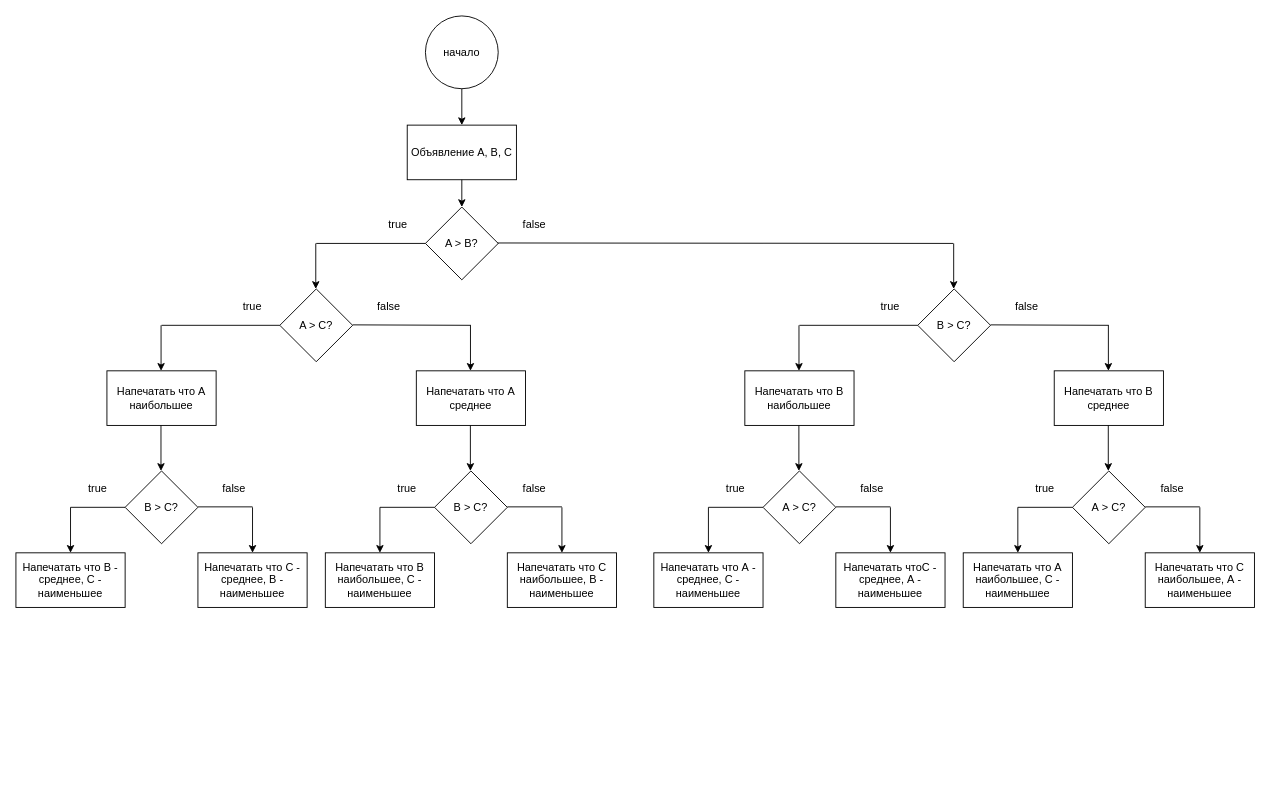
Above: Untitled Diagram.drawio in DmitriyYugai/job4j_elementary (draw.io), before the change. Source tidied: cells renumbered, new cells numbered last; positions are measured from the earlier drawing's top-left corner, leaving out a move shared by most shapes. Both pictures are drawn from the tidied source at 91%, with x=0, y=0 at pixel (15, 15).
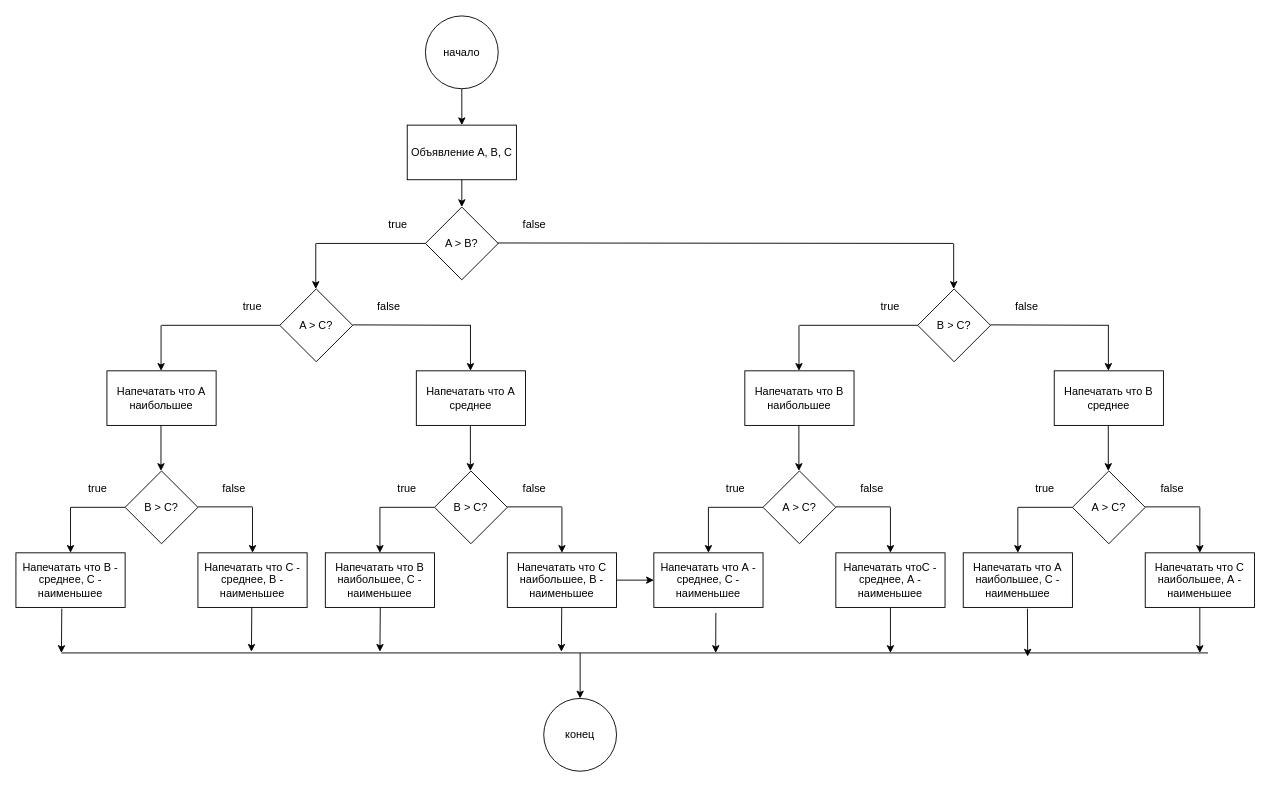
Above is the later version.

The change refers to these unchanged cells:
```xml
<mxCell id="16" value="Напечатать что B - среднее, С - наименьшее" style="rounded=0;whiteSpace=wrap;html=1;" parent="1" vertex="1">
  <mxGeometry y="590" width="120" height="60" as="geometry" />
</mxCell>
<mxCell id="36" value="Напечатать что С наибольшее, В - наименьшее" style="rounded=0;whiteSpace=wrap;html=1;" parent="1" vertex="1">
  <mxGeometry x="540" y="590" width="120" height="60" as="geometry" />
</mxCell>
<mxCell id="42" value="Напечатать что А - среднее, С - наименьшее" style="rounded=0;whiteSpace=wrap;html=1;" parent="1" vertex="1">
  <mxGeometry x="701" y="590" width="120" height="60" as="geometry" />
</mxCell>
<mxCell id="53" value="Напечатать чтоС - среднее, А - наименьшее" style="rounded=0;whiteSpace=wrap;html=1;" parent="1" vertex="1">
  <mxGeometry x="901" y="590" width="120" height="60" as="geometry" />
</mxCell>
<mxCell id="54" value="Напечатать что А наибольшее, С - наименьшее" style="rounded=0;whiteSpace=wrap;html=1;" parent="1" vertex="1">
  <mxGeometry x="1041" y="590" width="120" height="60" as="geometry" />
</mxCell>
<mxCell id="61" value="Напечатать что С наибольшее, А - наименьшее" style="rounded=0;whiteSpace=wrap;html=1;" parent="1" vertex="1">
  <mxGeometry x="1241" y="590" width="120" height="60" as="geometry" />
</mxCell>
```

What changed in the source:
```diff
@@
+    <mxCell id="71" style="edgeStyle=orthogonalEdgeStyle;rounded=0;jettySize=auto;html=1;" parent="1" edge="1" source="36" target="42">
+      <mxGeometry relative="1" as="geometry" />
+    </mxCell>
@@
+    <mxCell id="72" style="endArrow=none;html=1;" parent="1" edge="1">
+      <mxGeometry relative="1" as="geometry">
+        <mxPoint x="50" y="700" as="sourcePoint" />
+        <mxPoint x="1310" y="700" as="targetPoint" />
+      </mxGeometry>
+    </mxCell>
+    <mxCell id="73" style="endArrow=classic;html=1;exitX=0.568;exitY=1.1;exitDx=0;exitDy=0;exitPerimeter=0;" parent="1" edge="1" source="42">
+      <mxGeometry relative="1" as="geometry">
+        <mxPoint x="769" y="700" as="targetPoint" />
+      </mxGeometry>
+    </mxCell>
+    <mxCell id="74" style="endArrow=classic;html=1;exitX=0.42;exitY=1.022;exitDx=0;exitDy=0;exitPerimeter=0;" parent="1" edge="1" source="16">
+      <mxGeometry relative="1" as="geometry">
+        <mxPoint x="50" y="700" as="targetPoint" />
+      </mxGeometry>
+    </mxCell>
+    <mxCell id="75" style="endArrow=classic;html=1;exitX=0.42;exitY=1.022;exitDx=0;exitDy=0;exitPerimeter=0;" parent="1" edge="1">
+      <mxGeometry relative="1" as="geometry">
+        <mxPoint x="259.2" y="650" as="sourcePoint" />
+        <mxPoint x="258.8" y="698.7" as="targetPoint" />
+      </mxGeometry>
+    </mxCell>
+    <mxCell id="76" style="endArrow=classic;html=1;exitX=0.42;exitY=1.022;exitDx=0;exitDy=0;exitPerimeter=0;" parent="1" edge="1">
+      <mxGeometry relative="1" as="geometry">
+        <mxPoint x="400.4" y="650" as="sourcePoint" />
+        <mxPoint x="400" y="698.7" as="targetPoint" />
+      </mxGeometry>
+    </mxCell>
+    <mxCell id="77" style="endArrow=classic;html=1;exitX=0.42;exitY=1.022;exitDx=0;exitDy=0;exitPerimeter=0;" parent="1" edge="1">
+      <mxGeometry relative="1" as="geometry">
+        <mxPoint x="599.8" y="650" as="sourcePoint" />
+        <mxPoint x="599.4" y="698.7" as="targetPoint" />
+      </mxGeometry>
+    </mxCell>
+    <mxCell id="78" style="endArrow=classic;html=1;exitX=0.5;exitY=1;exitDx=0;exitDy=0;" parent="1" edge="1" source="53">
+      <mxGeometry relative="1" as="geometry">
+        <mxPoint x="961" y="700" as="targetPoint" />
+      </mxGeometry>
+    </mxCell>
+    <mxCell id="79" style="endArrow=classic;html=1;exitX=0.588;exitY=1.022;exitDx=0;exitDy=0;exitPerimeter=0;" parent="1" edge="1" source="54">
+      <mxGeometry relative="1" as="geometry">
+        <mxPoint x="1111.8" y="704" as="targetPoint" />
+      </mxGeometry>
+    </mxCell>
+    <mxCell id="80" style="endArrow=classic;html=1;exitX=0.5;exitY=1;exitDx=0;exitDy=0;" parent="1" edge="1" source="61">
+      <mxGeometry relative="1" as="geometry">
+        <mxPoint x="1301" y="700" as="targetPoint" />
+      </mxGeometry>
+    </mxCell>
+    <mxCell id="81" value="конец" style="ellipse;whiteSpace=wrap;html=1;" parent="1" vertex="1">
+      <mxGeometry x="580" y="750" width="80" height="80" as="geometry" />
+    </mxCell>
+    <mxCell id="82" style="endArrow=classic;html=1;entryX=0.5;entryY=0;entryDx=0;entryDy=0;" parent="1" edge="1" target="81">
+      <mxGeometry relative="1" as="geometry">
+        <mxPoint x="620" y="700" as="sourcePoint" />
+      </mxGeometry>
+    </mxCell>
```
